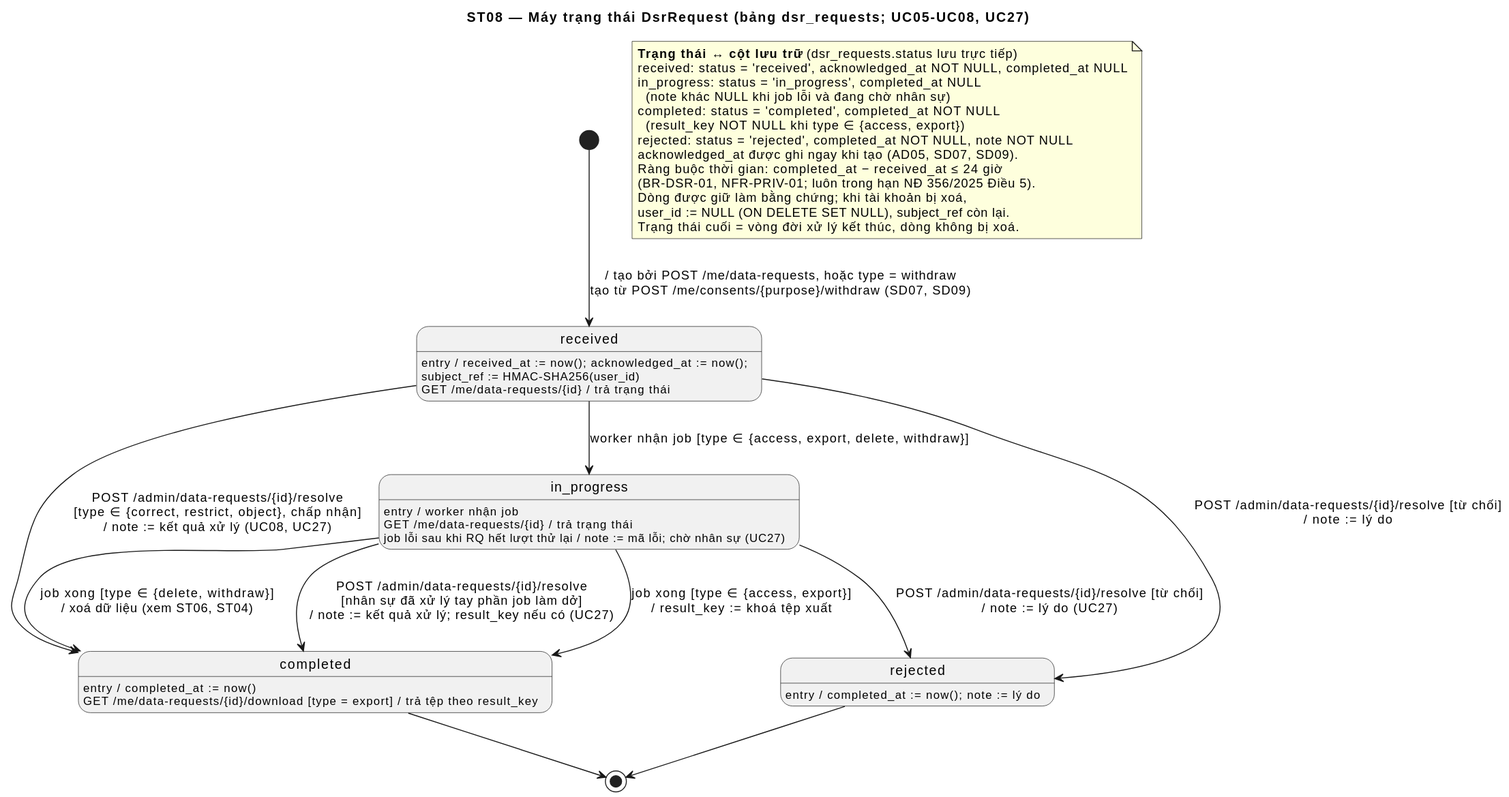
NamBuw/Tastoria keeps this PlantUML diagram as docs/uml/out/state/ST08-dsr-request.svg. Above is the earlier version. Source of this version:
```plantuml
@startuml
title ST08 — Máy trạng thái DsrRequest (bảng dsr_requests; UC05-UC08, UC27)
hide empty description

state "received" as received : entry / received_at := now(); acknowledged_at := now();\nsubject_ref := HMAC-SHA256(user_id)
state "in_progress" as in_progress : entry / worker nhận job
state "completed" as completed : entry / completed_at := now()
state "rejected" as rejected : entry / completed_at := now(); note := lý do

completed : GET /me/data-requests/{id}/download [type = export] / trả tệp theo result_key
received : GET /me/data-requests/{id} / trả trạng thái
in_progress : GET /me/data-requests/{id} / trả trạng thái
in_progress : job lỗi sau khi RQ hết lượt thử lại / note := mã lỗi; chờ nhân sự (UC27)

[*] --> received : / tạo bởi POST /me/data-requests, hoặc type = withdraw\ntạo từ POST /me/consents/{purpose}/withdraw (SD07, SD09)
received --> in_progress : worker nhận job [type ∈ {access, export, delete, withdraw}]
in_progress --> completed : job xong [type ∈ {access, export}]\n/ result_key := khoá tệp xuất
in_progress --> completed : job xong [type ∈ {delete, withdraw}]\n/ xoá dữ liệu (xem ST06, ST04)
in_progress --> completed : POST /admin/data-requests/{id}/resolve\n[nhân sự đã xử lý tay phần job làm dở]\n/ note := kết quả xử lý; result_key nếu có (UC27)
in_progress --> rejected : POST /admin/data-requests/{id}/resolve [từ chối]\n/ note := lý do (UC27)
received --> completed : POST /admin/data-requests/{id}/resolve\n[type ∈ {correct, restrict, object}, chấp nhận]\n/ note := kết quả xử lý (UC08, UC27)
received --> rejected : POST /admin/data-requests/{id}/resolve [từ chối]\n/ note := lý do
completed --> [*]
rejected --> [*]

note as Nmap
  <b>Trạng thái ↔ cột lưu trữ</b> (dsr_requests.status lưu trực tiếp)
  received: status = 'received', acknowledged_at NOT NULL, completed_at NULL
  in_progress: status = 'in_progress', completed_at NULL
    (note khác NULL khi job lỗi và đang chờ nhân sự)
  completed: status = 'completed', completed_at NOT NULL
    (result_key NOT NULL khi type ∈ {access, export})
  rejected: status = 'rejected', completed_at NOT NULL, note NOT NULL
  acknowledged_at được ghi ngay khi tạo (AD05, SD07, SD09).
  Ràng buộc thời gian: completed_at − received_at ≤ 24 giờ
  (BR-DSR-01, NFR-PRIV-01; luôn trong hạn NĐ 356/2025 Điều 5).
  Dòng được giữ làm bằng chứng; khi tài khoản bị xoá,
  user_id := NULL (ON DELETE SET NULL), subject_ref còn lại.
  Trạng thái cuối = vòng đời xử lý kết thúc, dòng không bị xoá.
end note
@enduml
```
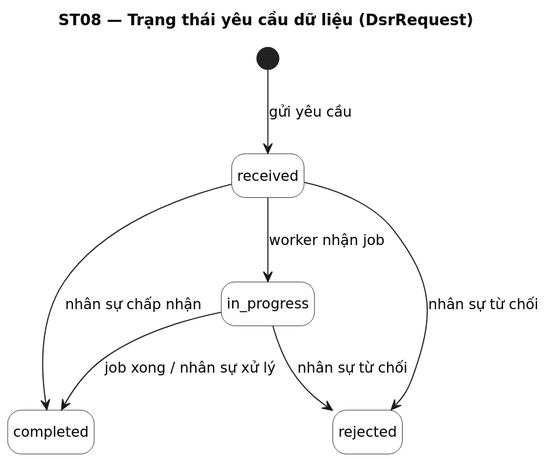
Above is the later version.

Change to the diagram source:
```diff
@@ -1,41 +1,22 @@
 @startuml
-title ST08 — Máy trạng thái DsrRequest (bảng dsr_requests; UC05-UC08, UC27)
+title ST08 — Trạng thái yêu cầu dữ liệu (DsrRequest)
+skinparam shadowing false
+skinparam defaultFontName DejaVu Sans
+skinparam defaultFontSize 13
+skinparam dpi 110
+
 hide empty description
+skinparam StateBackgroundColor White
 
-state "received" as received : entry / received_at := now(); acknowledged_at := now();\nsubject_ref := HMAC-SHA256(user_id)
-state "in_progress" as in_progress : entry / worker nhận job
-state "completed" as completed : entry / completed_at := now()
-state "rejected" as rejected : entry / completed_at := now(); note := lý do
+state "received" as received
+state "in_progress" as in_progress
+state "completed" as completed
+state "rejected" as rejected
 
-completed : GET /me/data-requests/{id}/download [type = export] / trả tệp theo result_key
-received : GET /me/data-requests/{id} / trả trạng thái
-in_progress : GET /me/data-requests/{id} / trả trạng thái
-in_progress : job lỗi sau khi RQ hết lượt thử lại / note := mã lỗi; chờ nhân sự (UC27)
-
-[*] --> received : / tạo bởi POST /me/data-requests, hoặc type = withdraw\ntạo từ POST /me/consents/{purpose}/withdraw (SD07, SD09)
-received --> in_progress : worker nhận job [type ∈ {access, export, delete, withdraw}]
-in_progress --> completed : job xong [type ∈ {access, export}]\n/ result_key := khoá tệp xuất
-in_progress --> completed : job xong [type ∈ {delete, withdraw}]\n/ xoá dữ liệu (xem ST06, ST04)
-in_progress --> completed : POST /admin/data-requests/{id}/resolve\n[nhân sự đã xử lý tay phần job làm dở]\n/ note := kết quả xử lý; result_key nếu có (UC27)
-in_progress --> rejected : POST /admin/data-requests/{id}/resolve [từ chối]\n/ note := lý do (UC27)
-received --> completed : POST /admin/data-requests/{id}/resolve\n[type ∈ {correct, restrict, object}, chấp nhận]\n/ note := kết quả xử lý (UC08, UC27)
-received --> rejected : POST /admin/data-requests/{id}/resolve [từ chối]\n/ note := lý do
-completed --> [*]
-rejected --> [*]
-
-note as Nmap
-  <b>Trạng thái ↔ cột lưu trữ</b> (dsr_requests.status lưu trực tiếp)
-  received: status = 'received', acknowledged_at NOT NULL, completed_at NULL
-  in_progress: status = 'in_progress', completed_at NULL
-    (note khác NULL khi job lỗi và đang chờ nhân sự)
-  completed: status = 'completed', completed_at NOT NULL
-    (result_key NOT NULL khi type ∈ {access, export})
-  rejected: status = 'rejected', completed_at NOT NULL, note NOT NULL
-  acknowledged_at được ghi ngay khi tạo (AD05, SD07, SD09).
-  Ràng buộc thời gian: completed_at − received_at ≤ 24 giờ
-  (BR-DSR-01, NFR-PRIV-01; luôn trong hạn NĐ 356/2025 Điều 5).
-  Dòng được giữ làm bằng chứng; khi tài khoản bị xoá,
-  user_id := NULL (ON DELETE SET NULL), subject_ref còn lại.
-  Trạng thái cuối = vòng đời xử lý kết thúc, dòng không bị xoá.
-end note
+[*] --> received : gửi yêu cầu
+received --> in_progress : worker nhận job
+in_progress --> completed : job xong / nhân sự xử lý
+in_progress --> rejected : nhân sự từ chối
+received --> completed : nhân sự chấp nhận
+received --> rejected : nhân sự từ chối
 @enduml
```
